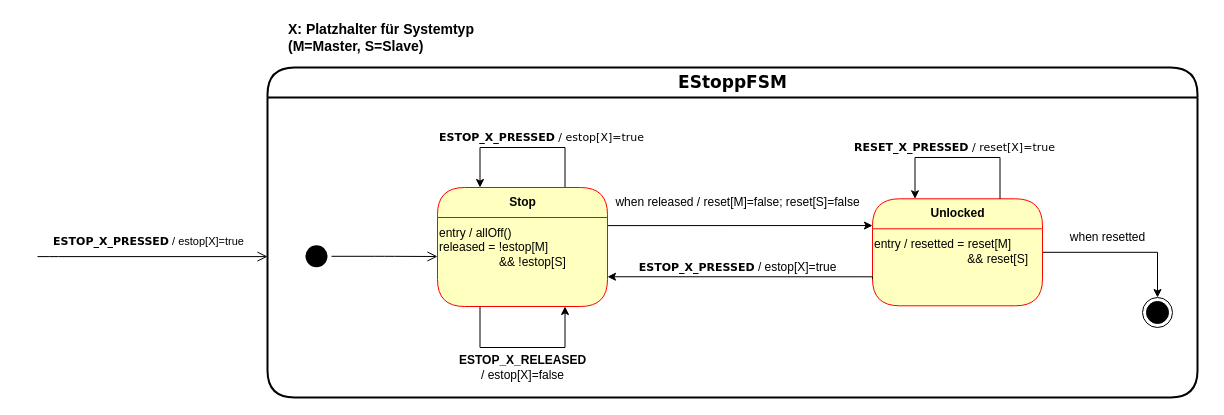
Above: page "estopp" (4 of 5) of docs/diagrams/fsm/state_machines.drawio in u2knwy/ESEP-2023SoSe-Team-2-1 (draw.io), before the change. Source tidied: cells renumbered, new cells numbered last; positions are measured from the earlier drawing's top-left corner, leaving out a move shared by most shapes. Both pictures are drawn from the tidied source at 100%, with x=0, y=0 at pixel (37, 17).
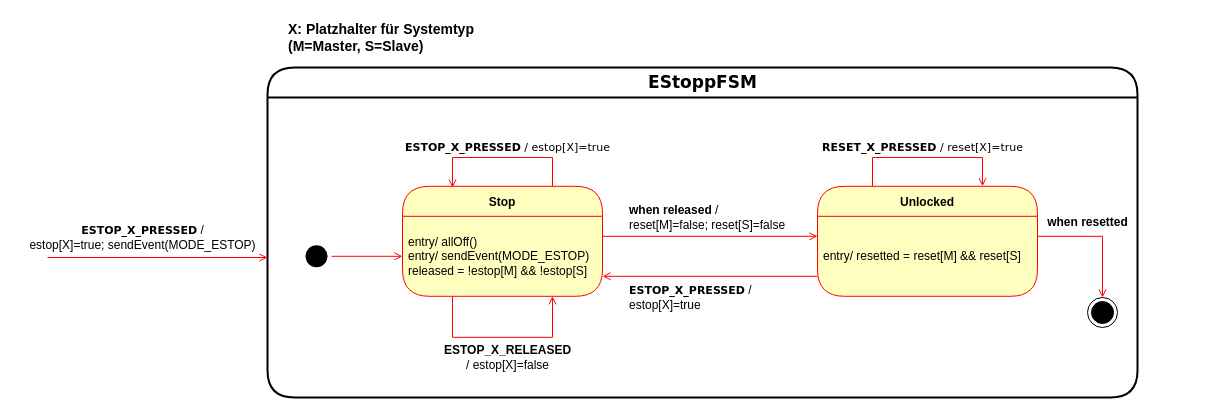
The same page after the edit.

Change to the diagram source:
```diff
@@
     <mxCell id="2" value="&lt;font face=&quot;Verdana&quot; style=&quot;font-size: 17px&quot;&gt;EStoppFSM&lt;/font&gt;" style="swimlane;html=1;fontStyle=1;align=center;verticalAlign=middle;horizontal=1;startSize=30;fontColor=#000000;rounded=1;arcSize=30;strokeColor=#000000;swimlaneFillColor=#FFFFFF;fillColor=#FFFFFF;strokeWidth=2;" parent="1" vertex="1">
-      <mxGeometry x="230" y="50" width="930" height="330" as="geometry" />
+      <mxGeometry x="230" y="50" width="870" height="330" as="geometry" />
     </mxCell>
-    <mxCell id="3" style="edgeStyle=orthogonalEdgeStyle;html=1;verticalAlign=bottom;endArrow=open;endSize=8;strokeColor=#000000;" parent="1" edge="1">
-      <mxGeometry relative="1" as="geometry">
-        <mxPoint y="239.1" as="sourcePoint" />
-        <mxPoint x="230" y="239.1" as="targetPoint" />
-        <Array as="points">
-          <mxPoint x="11" y="239.1" />
-        </Array>
-      </mxGeometry>
-    </mxCell>
@@
-    <mxCell id="5" value="&lt;b style=&quot;border-color: var(--border-color); font-family: Verdana;&quot;&gt;ESTOP_X_PRESSED&lt;/b&gt;&amp;nbsp;/ estop[X]=true&lt;font face=&quot;Verdana&quot;&gt;&lt;br&gt;&lt;/font&gt;" style="edgeLabel;html=1;align=center;verticalAlign=middle;" parent="1" vertex="1">
-      <mxGeometry x="110" y="223.8" as="geometry" />
-    </mxCell>
-    <mxCell id="6" style="edgeStyle=orthogonalEdgeStyle;rounded=0;jettySize=auto;html=1;fillColor=#f8cecc;strokeColor=#000000;entryX=0;entryY=0.25;entryDx=0;entryDy=0;exitX=1;exitY=0.25;exitDx=0;exitDy=0;" parent="1" edge="1" source="8" target="14">
-      <mxGeometry relative="1" as="geometry">
-        <Array as="points">
-          <mxPoint x="570" y="208" />
-        </Array>
-      </mxGeometry>
-    </mxCell>
-    <mxCell id="7" style="edgeStyle=orthogonalEdgeStyle;rounded=0;orthogonalLoop=1;jettySize=auto;html=1;exitX=0.75;exitY=0;exitDx=0;exitDy=0;entryX=0.25;entryY=0;entryDx=0;entryDy=0;" parent="1" edge="1" source="8" target="8">
-      <mxGeometry relative="1" as="geometry">
-        <Array as="points">
-          <mxPoint x="528" y="130" />
-          <mxPoint x="443" y="130" />
-          <mxPoint x="443" y="170" />
-        </Array>
-      </mxGeometry>
-    </mxCell>
-    <mxCell id="8" value="Stop" style="swimlane;html=1;fontStyle=1;align=center;verticalAlign=middle;horizontal=1;startSize=30;fontColor=#000000;rounded=1;arcSize=30;strokeColor=#ff0000;fillColor=#ffffc0;swimlaneFillColor=#ffffc0;" parent="1" vertex="1">
-      <mxGeometry x="400" y="170" width="170" height="119" as="geometry" />
-    </mxCell>
-    <mxCell id="9" style="ellipse;html=1;shape=startState;fillColor=#000000;strokeColor=none;" parent="1" vertex="1">
-      <mxGeometry x="264" y="223.8" width="30" height="30" as="geometry" />
-    </mxCell>
-    <mxCell id="10" style="edgeStyle=orthogonalEdgeStyle;html=1;verticalAlign=bottom;endArrow=open;endSize=8;strokeColor=#000000;" parent="1" edge="1" source="9">
-      <mxGeometry relative="1" as="geometry">
-        <mxPoint x="400" y="239" as="targetPoint" />
-      </mxGeometry>
-    </mxCell>
     <mxCell id="11" style="text;html=1;align=center;verticalAlign=middle;strokeColor=none;" parent="1" vertex="1">
-      <mxGeometry x="1149" y="219.8" width="20" height="20" as="geometry" />
+      <mxGeometry x="1094" y="219.8" width="20" height="20" as="geometry" />
     </mxCell>
     <mxCell id="12" style="ellipse;html=1;shape=endState;fillColor=#000000;strokeColor=#000000;" parent="1" vertex="1">
-      <mxGeometry x="1105" y="280" width="30" height="30" as="geometry" />
+      <mxGeometry x="1050" y="280" width="30" height="30" as="geometry" />
     </mxCell>
-    <mxCell id="13" style="edgeStyle=orthogonalEdgeStyle;rounded=0;jettySize=auto;html=1;strokeColor=#000000;entryX=0.5;entryY=0;entryDx=0;entryDy=0;" parent="1" edge="1" source="14" target="12">
-      <mxGeometry relative="1" as="geometry" />
-    </mxCell>
-    <mxCell id="14" value="Unlocked" style="swimlane;html=1;fontStyle=1;align=center;verticalAlign=middle;horizontal=1;startSize=30;fontColor=#000000;rounded=1;arcSize=30;strokeColor=#ff0000;fillColor=#ffffc0;swimlaneFillColor=#ffffc0;" parent="1" vertex="1">
-      <mxGeometry x="835" y="181.3" width="170" height="107" as="geometry" />
-    </mxCell>
-    <mxCell id="15" value="when released / reset[M]=false; reset[S]=false" style="text;html=1;align=center;verticalAlign=middle;strokeColor=none;" parent="1" vertex="1">
-      <mxGeometry x="565" y="170" width="270" height="30" as="geometry" />
+    <mxCell id="15" value="&lt;b&gt;when released&lt;/b&gt; / &lt;br&gt;reset[M]=false; reset[S]=false" style="text;html=1;align=left;verticalAlign=middle;strokeColor=none;" parent="1" vertex="1">
+      <mxGeometry x="590" y="180" width="180" height="40" as="geometry" />
     </mxCell>
-    <mxCell id="16" value="when resetted" style="text;html=1;align=center;verticalAlign=middle;strokeColor=none;" parent="1" vertex="1">
-      <mxGeometry x="1020" y="205" width="100" height="30" as="geometry" />
+    <mxCell id="16" value="&lt;b&gt;when resetted&lt;/b&gt;" style="text;html=1;align=center;verticalAlign=middle;strokeColor=none;" parent="1" vertex="1">
+      <mxGeometry x="1000" y="190" width="100" height="30" as="geometry" />
     </mxCell>
-    <mxCell id="17" value="entry / allOff()&lt;br&gt;released = !estop[M] &lt;br&gt;&lt;span style=&quot;white-space: pre;&quot;&gt;&#9;&lt;/span&gt;&lt;span style=&quot;white-space: pre;&quot;&gt;&#9;&lt;/span&gt;&amp;nbsp; &amp;amp;&amp;amp; !estop[S]" style="text;html=1;align=left;verticalAlign=middle;strokeColor=none;" parent="1" vertex="1">
-      <mxGeometry x="400" y="200" width="150" height="60" as="geometry" />
-    </mxCell>
-    <mxCell id="18" style="edgeStyle=orthogonalEdgeStyle;rounded=0;jettySize=auto;html=1;strokeColor=#000000;exitX=0;exitY=0.75;exitDx=0;exitDy=0;entryX=1;entryY=0.75;entryDx=0;entryDy=0;" parent="1" edge="1" source="14" target="8">
-      <mxGeometry relative="1" as="geometry">
-        <Array as="points">
-          <mxPoint x="835" y="259" />
-        </Array>
-      </mxGeometry>
-    </mxCell>
-    <mxCell id="19" value="&lt;b style=&quot;border-color: var(--border-color); font-family: Verdana; font-size: 11px; background-color: rgb(255, 255, 255);&quot;&gt;ESTOP_X_PRESSED&lt;/b&gt;&amp;nbsp;/ estop[X]=true" style="text;html=1;align=center;verticalAlign=middle;strokeColor=none;" parent="1" vertex="1">
-      <mxGeometry x="585" y="235" width="230" height="30" as="geometry" />
+    <mxCell id="19" value="&lt;b style=&quot;border-color: var(--border-color); font-family: Verdana; font-size: 11px; background-color: rgb(255, 255, 255);&quot;&gt;ESTOP_X_PRESSED&lt;/b&gt;&amp;nbsp;/ &lt;br&gt;estop[X]=true" style="text;html=1;align=left;verticalAlign=middle;strokeColor=none;" parent="1" vertex="1">
+      <mxGeometry x="590" y="260" width="150" height="40" as="geometry" />
     </mxCell>
-    <mxCell id="20" value="entry / resetted = reset[M] &lt;br&gt;&lt;span style=&quot;white-space: pre;&quot;&gt;&#9;&lt;/span&gt;&lt;span style=&quot;white-space: pre;&quot;&gt;&#9;&lt;/span&gt;&lt;span style=&quot;white-space: pre;&quot;&gt;&#9;&lt;/span&gt;&amp;nbsp; &amp;nbsp; &amp;amp;&amp;amp; reset[S]" style="text;html=1;align=left;verticalAlign=middle;strokeColor=none;" parent="1" vertex="1">
-      <mxGeometry x="835" y="213.8" width="180" height="40" as="geometry" />
-    </mxCell>
-    <mxCell id="21" style="edgeStyle=orthogonalEdgeStyle;rounded=0;orthogonalLoop=1;jettySize=auto;html=1;fillColor=#f8cecc;strokeColor=#000000;exitX=0.25;exitY=1;exitDx=0;exitDy=0;entryX=0.75;entryY=1;entryDx=0;entryDy=0;" parent="1" edge="1" source="8" target="8">
-      <mxGeometry relative="1" as="geometry">
-        <Array as="points">
-          <mxPoint x="442" y="330" />
-          <mxPoint x="528" y="330" />
-        </Array>
-      </mxGeometry>
-    </mxCell>
     <mxCell id="22" value="&lt;b&gt;ESTOP_X_RELEASED&lt;/b&gt;&lt;br&gt;/ estop[X]=false" style="text;html=1;align=center;verticalAlign=middle;strokeColor=none;" parent="1" vertex="1">
-      <mxGeometry x="410" y="330" width="150" height="40" as="geometry" />
+      <mxGeometry x="395" y="320" width="150" height="40" as="geometry" />
     </mxCell>
     <mxCell id="23" value="&lt;b style=&quot;border-color: var(--border-color); font-family: Verdana; font-size: 11px; background-color: rgb(255, 255, 255);&quot;&gt;ESTOP_X_PRESSED&lt;/b&gt;&lt;span style=&quot;border-color: var(--border-color); font-family: Verdana; font-size: 11px; background-color: rgb(255, 255, 255);&quot;&gt;&amp;nbsp;/ estop[X]=true&lt;/span&gt;" style="text;html=1;align=center;verticalAlign=middle;strokeColor=none;fillColor=none;" parent="1" vertex="1">
-      <mxGeometry x="384" y="105" width="240" height="30" as="geometry" />
+      <mxGeometry x="350" y="115" width="240" height="30" as="geometry" />
     </mxCell>
@@
+    <mxCell id="26" value="&lt;b style=&quot;border-color: var(--border-color); font-family: Verdana; font-size: 11px; background-color: rgb(255, 255, 255);&quot;&gt;RESET_X_PRESSED&lt;/b&gt;&lt;span style=&quot;border-color: var(--border-color); font-family: Verdana; font-size: 11px; background-color: rgb(255, 255, 255);&quot;&gt;&amp;nbsp;/ reset[X]=true&lt;/span&gt;" style="text;html=1;align=center;verticalAlign=middle;strokeColor=none;fillColor=none;" parent="1" vertex="1">
+      <mxGeometry x="770" y="115" width="230" height="30" as="geometry" />
+    </mxCell>
+    <mxCell id="8" value="Stop" style="swimlane;fontStyle=1;align=center;verticalAlign=middle;horizontal=1;startSize=30;fontColor=#000000;rounded=1;arcSize=30;strokeColor=#ff0000;fillColor=#ffffc0;swimlaneFillColor=#ffffc0;" parent="1" vertex="1">
+      <mxGeometry x="365" y="168.8" width="200" height="110" as="geometry" />
+    </mxCell>
+    <mxCell id="27" value="entry/ allOff()&lt;br style=&quot;border-color: var(--border-color);&quot;&gt;&lt;span style=&quot;&quot;&gt;entry/ sendEvent(MODE_ESTOP)&lt;/span&gt;&lt;br style=&quot;border-color: var(--border-color);&quot;&gt;&lt;span style=&quot;&quot;&gt;released = !estop[M]&lt;/span&gt;&lt;span style=&quot;&quot;&gt;&amp;nbsp;&amp;amp;&amp;amp; !estop[S]&lt;/span&gt;" style="text;html=1;strokeColor=none;fillColor=none;align=left;verticalAlign=middle;spacingLeft=4;spacingRight=4;whiteSpace=wrap;overflow=hidden;fontColor=#000000;" parent="8" vertex="1">
+      <mxGeometry y="30" width="200" height="80" as="geometry" />
+    </mxCell>
+    <mxCell id="28" style="edgeStyle=orthogonalEdgeStyle;rounded=0;orthogonalLoop=1;jettySize=auto;html=1;exitX=0.25;exitY=1;exitDx=0;exitDy=0;entryX=0.75;entryY=1;entryDx=0;entryDy=0;strokeColor=#FF0000;endArrow=open;endFill=0;" parent="8" edge="1" source="27" target="27">
+      <mxGeometry relative="1" as="geometry">
+        <Array as="points">
+          <mxPoint x="50" y="151" />
+          <mxPoint x="150" y="151" />
+        </Array>
+      </mxGeometry>
+    </mxCell>
+    <mxCell id="14" value="Unlocked" style="swimlane;fontStyle=1;align=center;verticalAlign=middle;horizontal=1;startSize=30;fontColor=#000000;rounded=1;arcSize=30;strokeColor=#ff0000;fillColor=#ffffc0;swimlaneFillColor=#ffffc0;" parent="1" vertex="1">
+      <mxGeometry x="780" y="168.8" width="220" height="110" as="geometry" />
+    </mxCell>
+    <mxCell id="29" value="entry/&amp;nbsp;resetted = reset[M]&lt;span style=&quot;&quot;&gt;&amp;nbsp;&amp;amp;&amp;amp; reset[S]&lt;/span&gt;" style="text;html=1;strokeColor=none;fillColor=none;align=left;verticalAlign=middle;spacingLeft=4;spacingRight=4;whiteSpace=wrap;overflow=hidden;fontColor=#000000;" parent="14" vertex="1">
+      <mxGeometry y="30" width="220" height="80" as="geometry" />
+    </mxCell>
+    <mxCell id="30" style="edgeStyle=orthogonalEdgeStyle;rounded=0;jettySize=auto;html=1;exitX=0;exitY=0.75;exitDx=0;exitDy=0;entryX=1;entryY=0.75;entryDx=0;entryDy=0;strokeColor=#FF0000;endArrow=open;endFill=0;" parent="1" edge="1" source="29" target="27">
+      <mxGeometry relative="1" as="geometry" />
+    </mxCell>
+    <mxCell id="31" style="edgeStyle=orthogonalEdgeStyle;rounded=0;jettySize=auto;html=1;exitX=1;exitY=0.25;exitDx=0;exitDy=0;entryX=0;entryY=0.25;entryDx=0;entryDy=0;strokeColor=#FF0000;endArrow=open;endFill=0;" parent="1" edge="1" source="27" target="29">
+      <mxGeometry relative="1" as="geometry" />
+    </mxCell>
-    <mxCell id="25" style="edgeStyle=orthogonalEdgeStyle;rounded=0;orthogonalLoop=1;jettySize=auto;html=1;exitX=0.75;exitY=0;exitDx=0;exitDy=0;entryX=0.25;entryY=0;entryDx=0;entryDy=0;" parent="1" edge="1" source="14" target="14">
+    <mxCell id="25" style="edgeStyle=orthogonalEdgeStyle;rounded=0;orthogonalLoop=1;jettySize=auto;html=1;exitX=0.25;exitY=0;exitDx=0;exitDy=0;entryX=0.75;entryY=0;entryDx=0;entryDy=0;strokeColor=#FF0000;endArrow=open;endFill=0;" parent="1" edge="1" source="14" target="14">
       <mxGeometry relative="1" as="geometry">
         <Array as="points">
-          <mxPoint x="962" y="140" />
-          <mxPoint x="878" y="140" />
-          <mxPoint x="878" y="181" />
+          <mxPoint x="835" y="140" />
+          <mxPoint x="945" y="140" />
         </Array>
       </mxGeometry>
     </mxCell>
-    <mxCell id="26" value="&lt;b style=&quot;border-color: var(--border-color); font-family: Verdana; font-size: 11px; background-color: rgb(255, 255, 255);&quot;&gt;RESET_X_PRESSED&lt;/b&gt;&lt;span style=&quot;border-color: var(--border-color); font-family: Verdana; font-size: 11px; background-color: rgb(255, 255, 255);&quot;&gt;&amp;nbsp;/ reset[X]=true&lt;/span&gt;" style="text;html=1;align=center;verticalAlign=middle;strokeColor=none;fillColor=none;" parent="1" vertex="1">
-      <mxGeometry x="802" y="115" width="230" height="30" as="geometry" />
-    </mxCell>
+    <mxCell id="32" style="edgeStyle=orthogonalEdgeStyle;rounded=0;jettySize=auto;html=1;exitX=1;exitY=0.25;exitDx=0;exitDy=0;strokeColor=#FF0000;endArrow=open;endFill=0;entryX=0.5;entryY=0;entryDx=0;entryDy=0;" parent="1" edge="1" source="29" target="12">
+      <mxGeometry relative="1" as="geometry" />
+    </mxCell>
+    <mxCell id="33" style="edgeStyle=orthogonalEdgeStyle;rounded=0;jettySize=auto;html=1;exitX=0.75;exitY=0;exitDx=0;exitDy=0;strokeColor=#FF0000;endArrow=open;endFill=0;" parent="1" edge="1" source="8">
+      <mxGeometry relative="1" as="geometry">
+        <mxPoint x="415" y="170" as="targetPoint" />
+        <Array as="points">
+          <mxPoint x="515" y="140" />
+          <mxPoint x="415" y="140" />
+        </Array>
+      </mxGeometry>
+    </mxCell>
+    <mxCell id="9" style="ellipse;html=1;shape=startState;fillColor=#000000;strokeColor=none;" parent="1" vertex="1">
+      <mxGeometry x="264" y="223.8" width="30" height="30" as="geometry" />
+    </mxCell>
+    <mxCell id="34" style="edgeStyle=orthogonalEdgeStyle;rounded=0;jettySize=auto;html=1;exitX=0;exitY=0.5;exitDx=0;exitDy=0;entryX=1;entryY=0.5;entryDx=0;entryDy=0;strokeColor=#FF0000;endArrow=none;endFill=0;startArrow=open;startFill=0;" parent="1" edge="1" source="27" target="9">
+      <mxGeometry relative="1" as="geometry" />
+    </mxCell>
+    <mxCell id="35" style="edgeStyle=orthogonalEdgeStyle;rounded=0;orthogonalLoop=1;jettySize=auto;html=1;strokeColor=#FF0000;endArrow=none;endFill=0;startArrow=open;startFill=0;" parent="1" edge="1">
+      <mxGeometry relative="1" as="geometry">
+        <mxPoint x="230" y="240" as="sourcePoint" />
+        <mxPoint x="10" y="240" as="targetPoint" />
+      </mxGeometry>
+    </mxCell>
+    <mxCell id="36" value="&lt;b style=&quot;border-color: var(--border-color); font-size: 11px; font-family: Verdana;&quot;&gt;ESTOP_X_PRESSED&lt;/b&gt;&amp;nbsp;/ &lt;br&gt;estop[X]=true;&amp;nbsp;sendEvent(MODE_ESTOP)" style="text;html=1;align=center;verticalAlign=middle;strokeColor=none;fillColor=none;" parent="1" vertex="1">
+      <mxGeometry x="-20" y="200" width="250" height="40" as="geometry" />
+    </mxCell>
```
